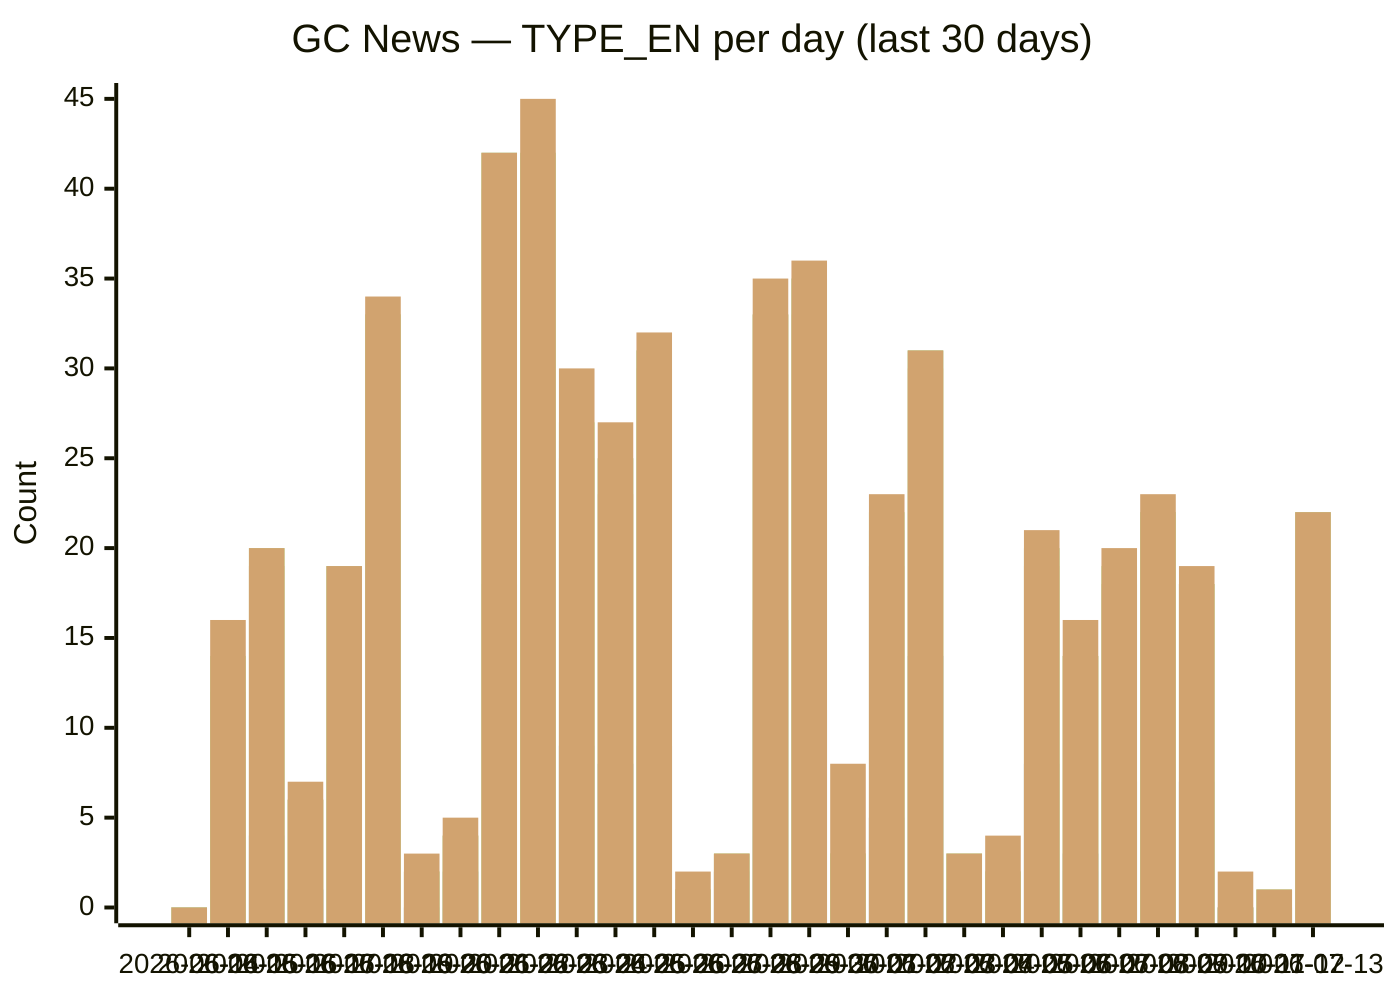
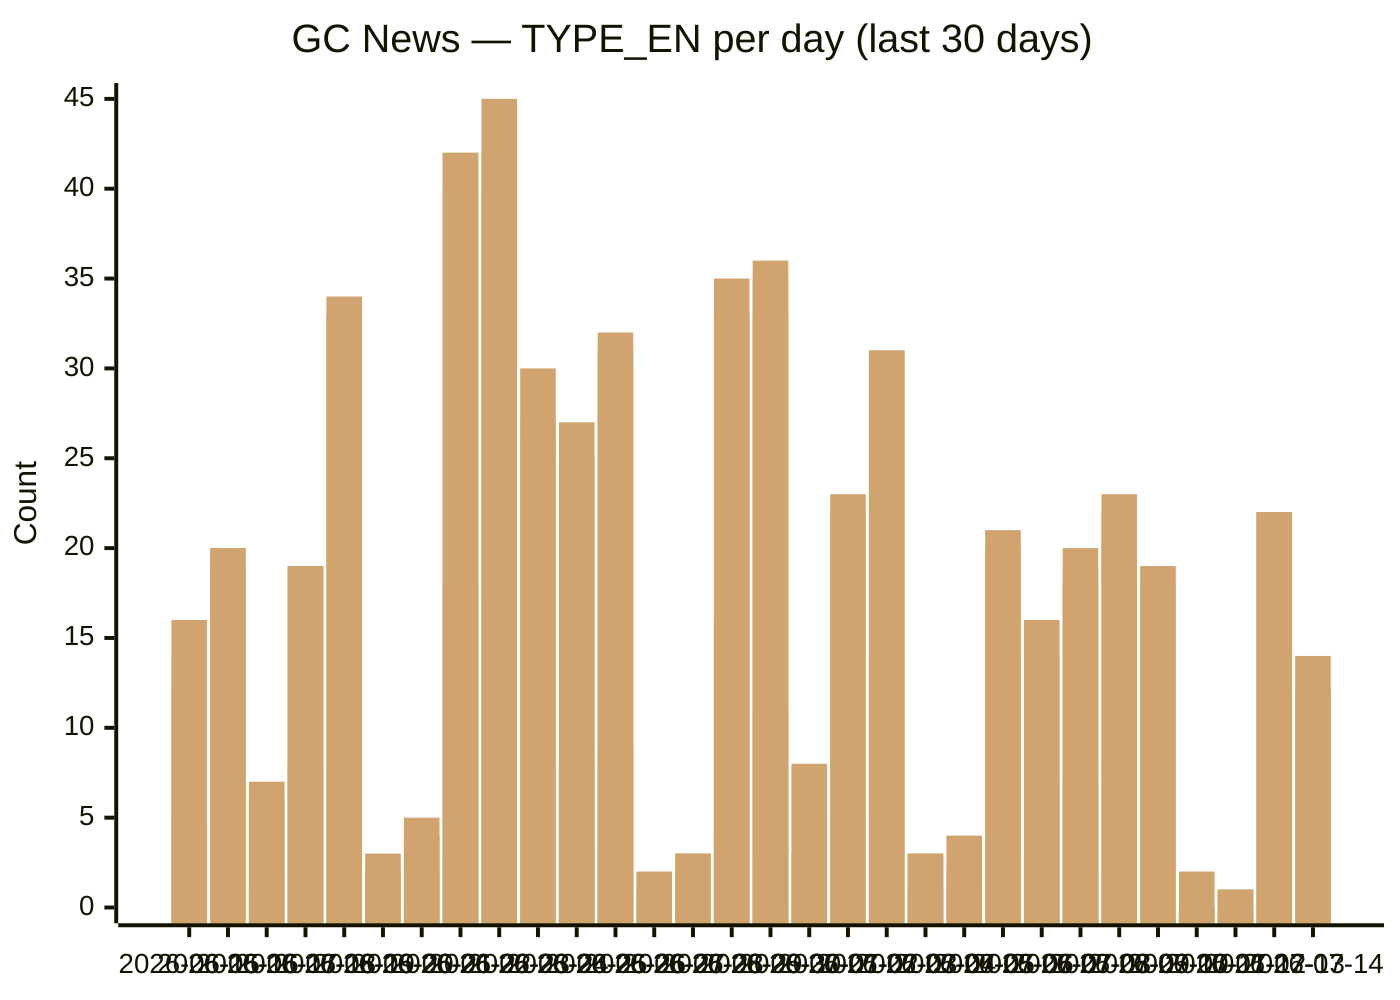
xychart-beta
  title "GC News — TYPE_EN per day (last 30 days)"
-   x-axis [2026-06-14, 2026-06-15, 2026-06-16, 2026-06-17, 2026-06-18, 2026-06-19, 2026-06-20, 2026-06-21, 2026-06-22, 2026-06-23, 2026-06-24, 2026-06-25, 2026-06-26, 2026-06-27, 2026-06-28, 2026-06-29, 2026-06-30, 2026-07-01, 2026-07-02, 2026-07-03, 2026-07-04, 2026-07-05, 2026-07-06, 2026-07-07, 2026-07-08, 2026-07-09, 2026-07-10, 2026-07-11, 2026-07-12, 2026-07-13]
+   x-axis [2026-06-15, 2026-06-16, 2026-06-17, 2026-06-18, 2026-06-19, 2026-06-20, 2026-06-21, 2026-06-22, 2026-06-23, 2026-06-24, 2026-06-25, 2026-06-26, 2026-06-27, 2026-06-28, 2026-06-29, 2026-06-30, 2026-07-01, 2026-07-02, 2026-07-03, 2026-07-04, 2026-07-05, 2026-07-06, 2026-07-07, 2026-07-08, 2026-07-09, 2026-07-10, 2026-07-11, 2026-07-12, 2026-07-13, 2026-07-14]
  y-axis "Count" 0 --> 45
-   bar backgrounders [0, 2, 3, 1, 2, 2, 0, 0, 3, 6, 2, 2, 3, 0, 0, 4, 3, 0, 1, 3, 1, 0, 3, 2, 2, 3, 3, 0, 0, 3]
-   bar "media advisories" [0, 5, 4, 1, 8, 13, 0, 2, 18, 17, 9, 8, 9, 0, 2, 16, 11, 0, 5, 14, 1, 1, 8, 3, 7, 8, 7, 0, 0, 9]
-   bar "news releases" [0, 12, 19, 6, 19, 33, 2, 4, 40, 40, 25, 23, 30, 1, 3, 33, 33, 3, 19, 30, 3, 2, 19, 14, 18, 22, 18, 0, 1, 22]
-   bar readouts [0, 12, 19, 6, 19, 33, 2, 4, 42, 42, 26, 25, 31, 1, 3, 33, 35, 3, 21, 31, 3, 2, 20, 14, 18, 22, 18, 0, 1, 22]
-   bar speeches [0, 14, 20, 6, 19, 33, 2, 4, 42, 42, 27, 25, 31, 1, 3, 33, 35, 3, 22, 31, 3, 2, 20, 14, 19, 22, 18, 0, 1, 22]
-   bar statements [0, 16, 20, 7, 19, 34, 3, 5, 42, 45, 30, 27, 32, 2, 3, 35, 36, 8, 23, 31, 3, 4, 21, 16, 20, 23, 19, 2, 1, 22]
+   bar backgrounders [2, 3, 1, 2, 2, 0, 0, 3, 6, 2, 2, 3, 0, 0, 4, 3, 0, 1, 3, 1, 0, 3, 2, 2, 3, 3, 0, 0, 3, 3]
+   bar "media advisories" [5, 4, 1, 8, 13, 0, 2, 18, 17, 9, 8, 9, 0, 2, 16, 11, 0, 5, 14, 1, 1, 8, 3, 7, 8, 7, 0, 0, 9, 4]
+   bar "news releases" [12, 19, 6, 19, 33, 2, 4, 40, 40, 25, 23, 30, 1, 3, 33, 33, 3, 19, 30, 3, 2, 19, 14, 18, 22, 18, 0, 1, 22, 12]
+   bar readouts [12, 19, 6, 19, 33, 2, 4, 42, 42, 26, 25, 31, 1, 3, 33, 35, 3, 21, 31, 3, 2, 20, 14, 18, 22, 18, 0, 1, 22, 12]
+   bar speeches [14, 20, 6, 19, 33, 2, 4, 42, 42, 27, 25, 31, 1, 3, 33, 35, 3, 22, 31, 3, 2, 20, 14, 19, 22, 18, 0, 1, 22, 12]
+   bar statements [16, 20, 7, 19, 34, 3, 5, 42, 45, 30, 27, 32, 2, 3, 35, 36, 8, 23, 31, 3, 4, 21, 16, 20, 23, 19, 2, 1, 22, 14]
